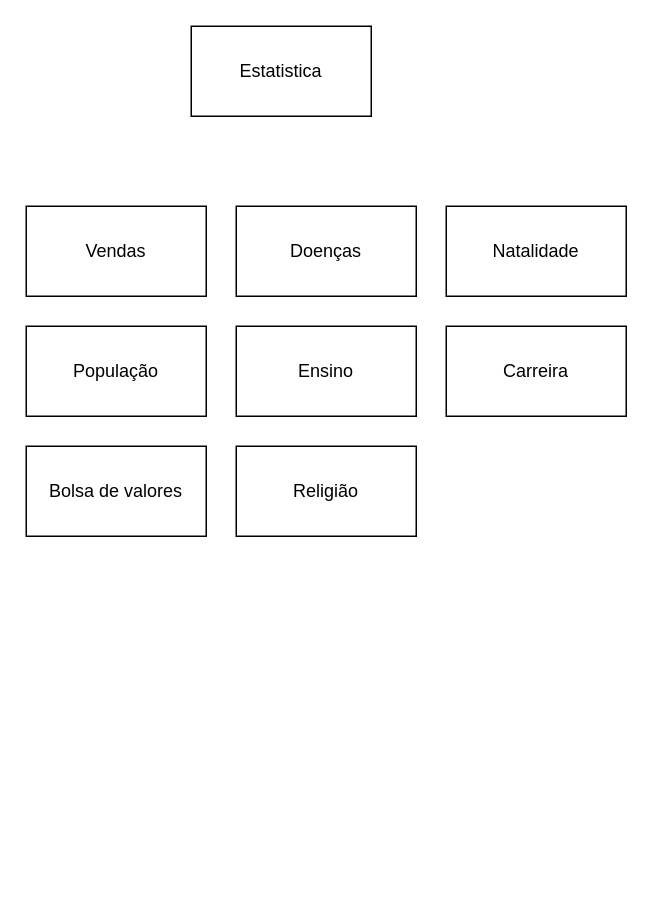
This is page "Página-1" (1 of 2) of 3° ADS/Marcilio Estatistica/Mapa conseitual.drawio from Djonatan01/Faculdade-ADS, a draw.io file, before an edit. Source tidied: cells renumbered, new cells numbered last; positions are measured from the earlier drawing's top-left corner, leaving out a move shared by most shapes. Both pictures are drawn from the tidied source at 150%, with x=0, y=0 at pixel (26, 26).
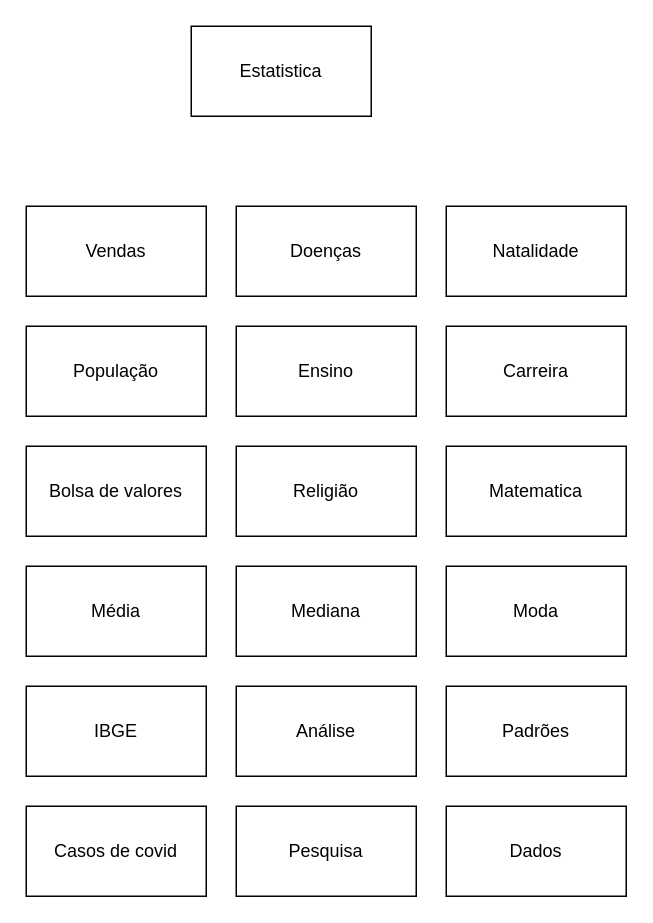
Above is the later version.

Diff of the diagram source:
```diff
@@
+    <mxCell id="11" value="Matematica" style="rounded=0;whiteSpace=wrap;html=1;" parent="1" vertex="1">
+      <mxGeometry x="280" y="280" width="120" height="60" as="geometry" />
+    </mxCell>
+    <mxCell id="12" value="Média" style="rounded=0;whiteSpace=wrap;html=1;" parent="1" vertex="1">
+      <mxGeometry y="360" width="120" height="60" as="geometry" />
+    </mxCell>
+    <mxCell id="13" value="Mediana" style="rounded=0;whiteSpace=wrap;html=1;" parent="1" vertex="1">
+      <mxGeometry x="140" y="360" width="120" height="60" as="geometry" />
+    </mxCell>
+    <mxCell id="14" value="Moda" style="rounded=0;whiteSpace=wrap;html=1;" parent="1" vertex="1">
+      <mxGeometry x="280" y="360" width="120" height="60" as="geometry" />
+    </mxCell>
+    <mxCell id="15" value="IBGE" style="rounded=0;whiteSpace=wrap;html=1;" parent="1" vertex="1">
+      <mxGeometry y="440" width="120" height="60" as="geometry" />
+    </mxCell>
+    <mxCell id="16" value="Análise" style="rounded=0;whiteSpace=wrap;html=1;" parent="1" vertex="1">
+      <mxGeometry x="140" y="440" width="120" height="60" as="geometry" />
+    </mxCell>
+    <mxCell id="17" value="Padrões" style="rounded=0;whiteSpace=wrap;html=1;" parent="1" vertex="1">
+      <mxGeometry x="280" y="440" width="120" height="60" as="geometry" />
+    </mxCell>
+    <mxCell id="18" value="Casos de covid" style="rounded=0;whiteSpace=wrap;html=1;" parent="1" vertex="1">
+      <mxGeometry y="520" width="120" height="60" as="geometry" />
+    </mxCell>
+    <mxCell id="19" value="Pesquisa" style="rounded=0;whiteSpace=wrap;html=1;" parent="1" vertex="1">
+      <mxGeometry x="140" y="520" width="120" height="60" as="geometry" />
+    </mxCell>
+    <mxCell id="20" value="Dados" style="rounded=0;whiteSpace=wrap;html=1;" parent="1" vertex="1">
+      <mxGeometry x="280" y="520" width="120" height="60" as="geometry" />
+    </mxCell>
```
